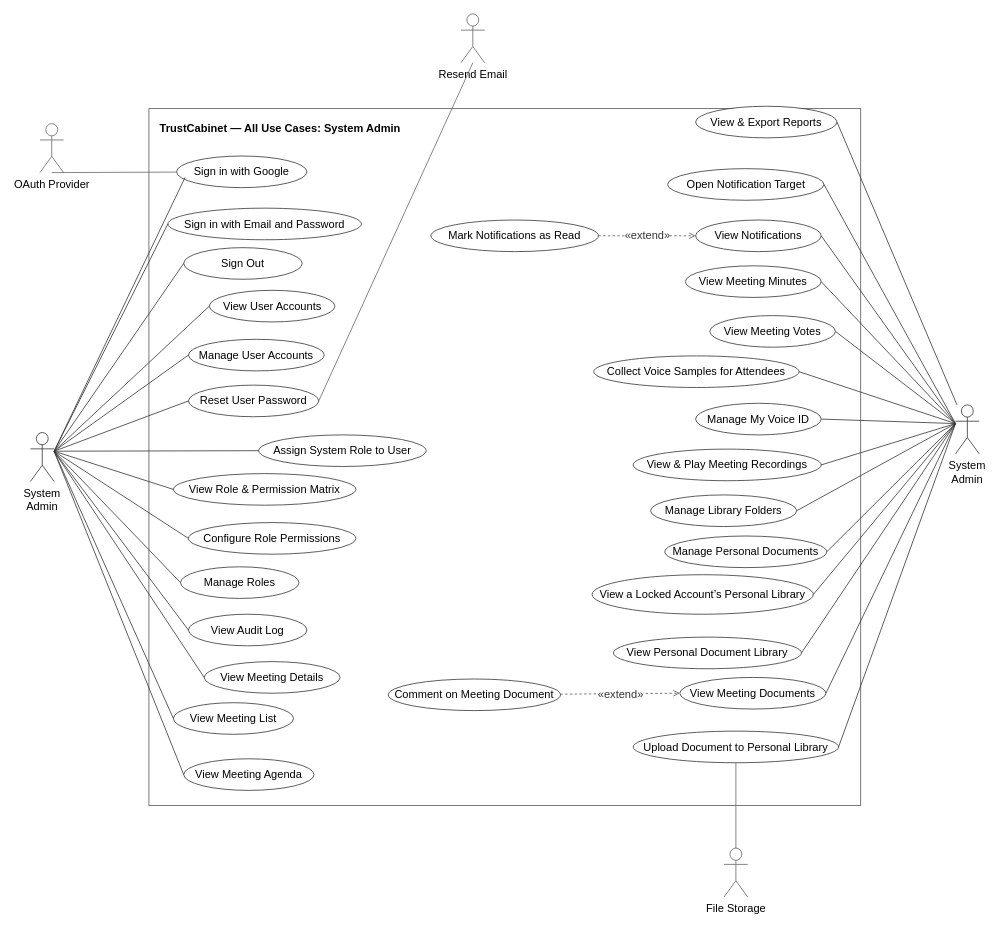
This is page "System Admin" (1 of 7) of docs/14-uc-diagram/trustcabinet-use-cases.drawio from callmehai/FU-FA26-G116, a draw.io file, before an edit. Source tidied: cells renumbered, new cells numbered last; positions are measured from the earlier drawing's top-left corner, leaving out a move shared by most shapes. Both pictures are drawn from the tidied source at 79%, with x=0, y=0 at pixel (30, 13).
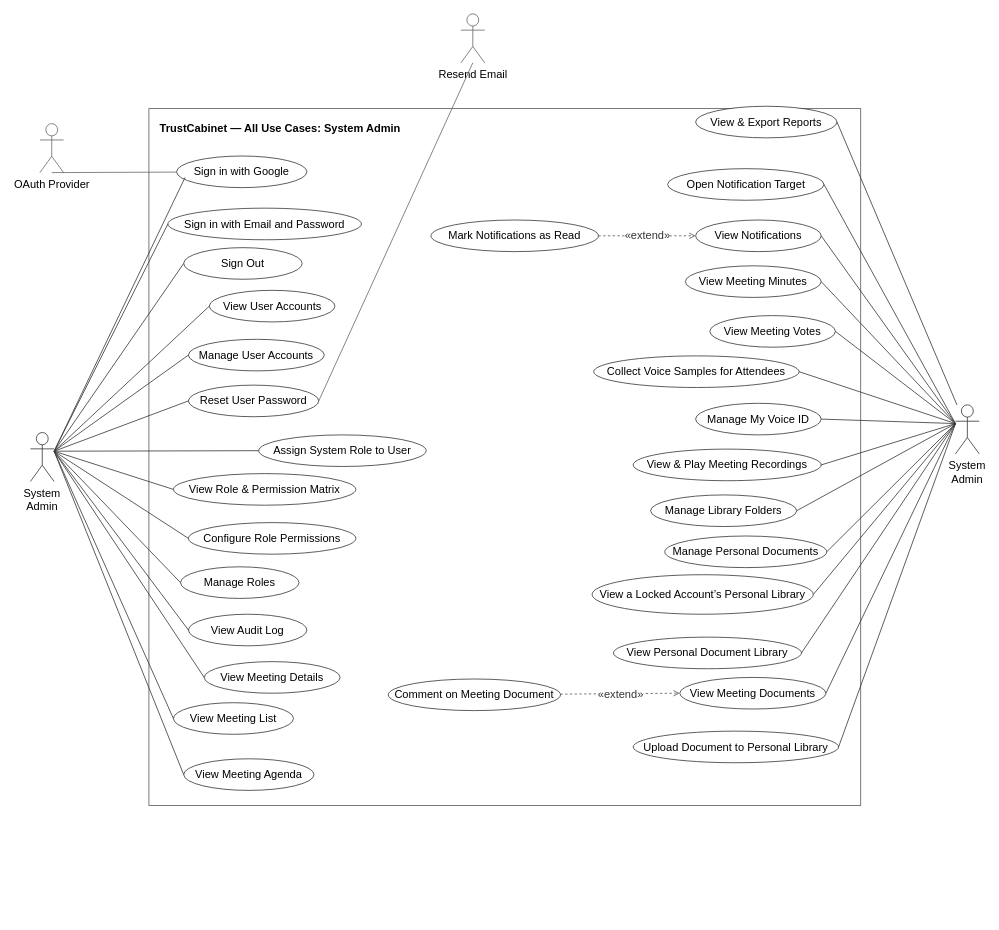
After the change.

The change refers to these unchanged cells:
```xml
<mxCell id="11" value="Upload Document to Personal Library" style="ellipse;whiteSpace=wrap;html=1;align=center;verticalAlign=middle;fontSize=14;strokeColor=#333333;fillColor=#ffffff;" parent="1" vertex="1">
  <mxGeometry x="763" y="908" width="260" height="40" as="geometry" />
</mxCell>
```

Diff of the diagram source:
```diff
@@
-    <mxCell id="37" value="File Storage" style="shape=umlActor;verticalLabelPosition=bottom;verticalAlign=top;html=1;outlineConnect=0;fillColor=#ffffff;strokeColor=#666666;fontSize=14;" parent="1" vertex="1">
-      <mxGeometry x="878" y="1056" width="30" height="62" as="geometry" />
-    </mxCell>
@@
-    <mxCell id="40" style="rounded=0;strokeColor=#666666;html=1;strokeWidth=1;endArrow=none;startArrow=none;entryX=0.5;entryY=0;entryDx=0;entryDy=0;fontSize=14;" parent="1" edge="1" source="11" target="37">
-      <mxGeometry relative="1" as="geometry" />
-    </mxCell>
```
